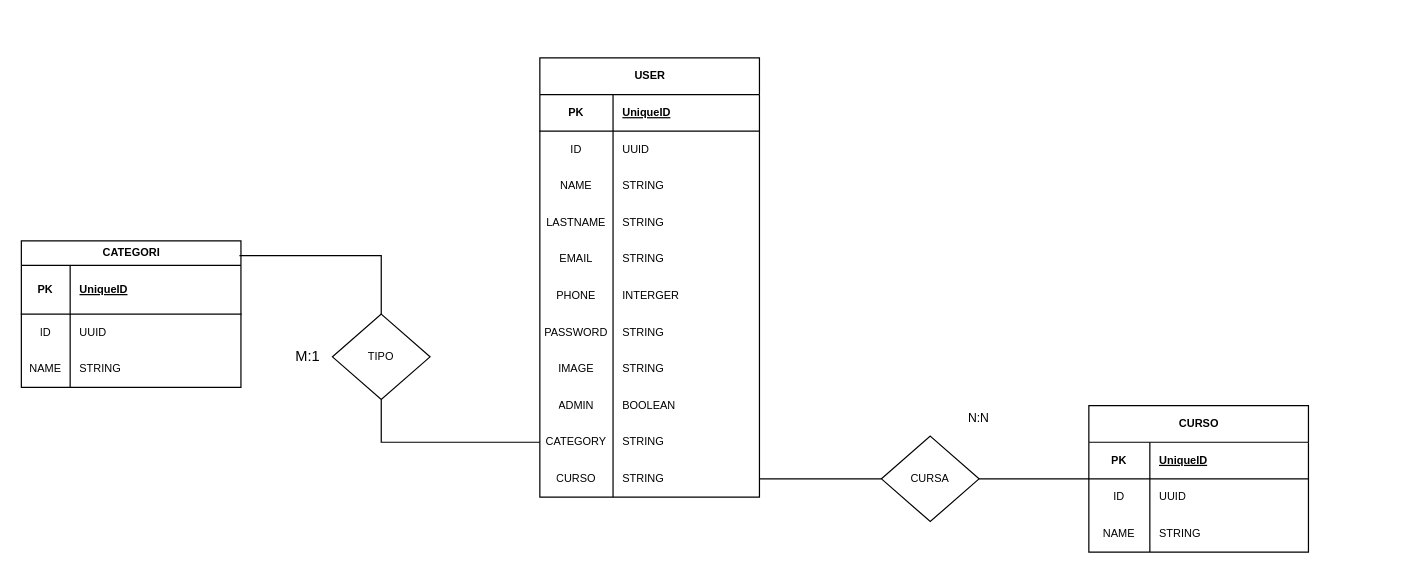
Above: Diagrama sin título.drawio in AndresAndrada/AndresAndrada (draw.io), before the change. Source tidied: cells renumbered, new cells numbered last; positions are measured from the earlier drawing's top-left corner, leaving out a move shared by most shapes. Both pictures are drawn from the tidied source at 122%, with x=0, y=0 at pixel (21, 57).
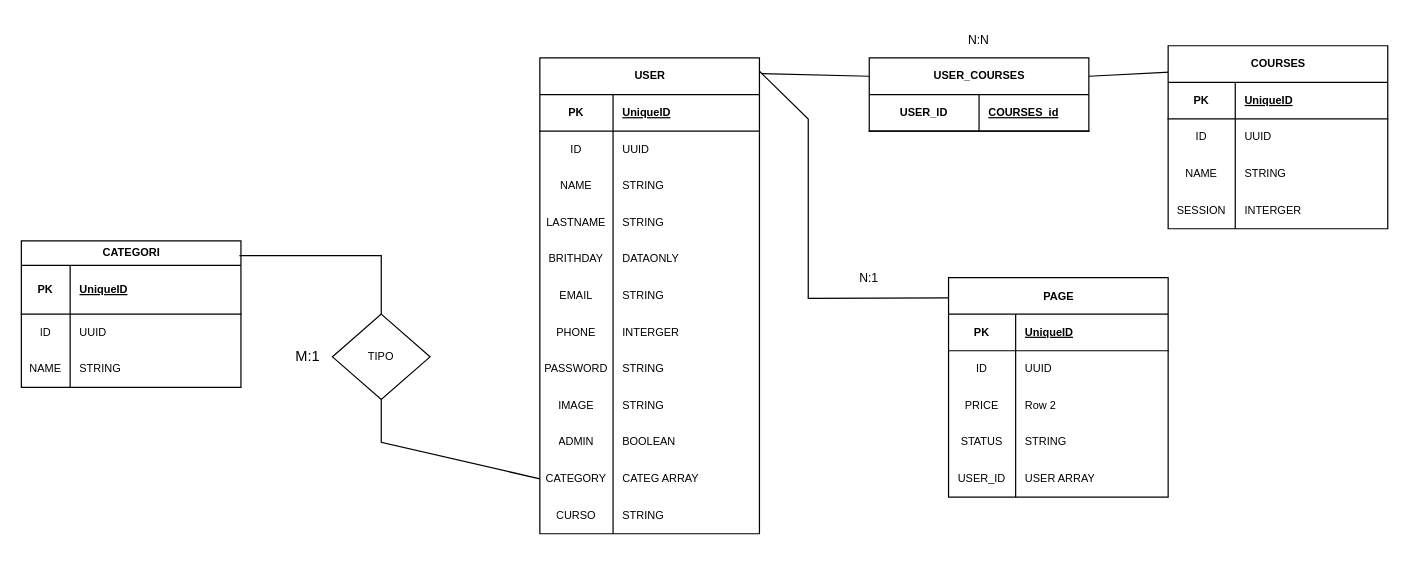
The same diagram, later.

Unchanged cells that the change refers to:
```xml
<mxCell id="39" style="shape=tableRow;horizontal=0;startSize=0;swimlaneHead=0;swimlaneBody=0;fillColor=none;top=0;left=0;right=0;bottom=1;" parent="38" vertex="1">
  <mxGeometry y="30" width="180" height="30" as="geometry" />
</mxCell>
<mxCell id="42" style="shape=tableRow;horizontal=0;startSize=0;swimlaneHead=0;swimlaneBody=0;fillColor=none;top=0;left=0;right=0;bottom=0;" parent="38" vertex="1">
  <mxGeometry y="60" width="180" height="30" as="geometry" />
</mxCell>
<mxCell id="45" style="shape=tableRow;horizontal=0;startSize=0;swimlaneHead=0;swimlaneBody=0;fillColor=none;top=0;left=0;right=0;bottom=0;" parent="38" vertex="1">
  <mxGeometry y="90" width="180" height="30" as="geometry" />
</mxCell>
```

The edit, as a diff of the source:
```diff
@@
-    <mxCell id="2" style="endArrow=none;html=1;rounded=0;exitX=1;exitY=0.5;exitDx=0;exitDy=0;entryX=0;entryY=0.5;entryDx=0;entryDy=0;" parent="1" edge="1" source="48" target="38">
+    <mxCell id="2" style="endArrow=none;html=1;rounded=0;exitX=1;exitY=0.25;exitDx=0;exitDy=0;entryX=0.007;entryY=0.144;entryDx=0;entryDy=0;entryPerimeter=0;" parent="1" edge="1" source="70" target="38">
       <mxGeometry relative="1" as="geometry" />
     </mxCell>
     <mxCell id="3" value="N:N" style="text;strokeColor=none;align=center;fillColor=none;html=1;verticalAlign=middle;whiteSpace=wrap;rounded=0;fontSize=10;" parent="1" vertex="1">
-      <mxGeometry x="755" y="280" width="60" height="30" as="geometry" />
+      <mxGeometry x="755" y="-30" width="60" height="30" as="geometry" />
     </mxCell>
     <mxCell id="4" value="USER" style="shape=table;startSize=30;childLayout=tableLayout;rowLines=0;fontStyle=1;align=center;html=1;labelBorderColor=none;fontSize=9;" parent="1" vertex="1">
-      <mxGeometry x="425" width="180" height="360" as="geometry" />
+      <mxGeometry x="425" width="180" height="390" as="geometry" />
     </mxCell>
@@
+    <mxCell id="64" style="shape=tableRow;horizontal=0;startSize=0;swimlaneHead=0;swimlaneBody=0;fillColor=none;top=0;left=0;right=0;bottom=0;" parent="4" vertex="1">
+      <mxGeometry y="150" width="180" height="30" as="geometry" />
+    </mxCell>
+    <mxCell id="65" value="BRITHDAY" style="shape=partialRectangle;fillColor=none;top=0;left=0;bottom=0;right=0;overflow=hidden;whiteSpace=wrap;html=1;fontSize=9;" parent="64" vertex="1">
+      <mxGeometry width="60" height="30" as="geometry" />
+    </mxCell>
+    <mxCell id="66" value="DATAONLY" style="shape=partialRectangle;fillColor=none;top=0;left=0;bottom=0;right=0;align=left;spacingLeft=6;overflow=hidden;whiteSpace=wrap;html=1;fontSize=9;" parent="64" vertex="1">
+      <mxGeometry x="60" width="120" height="30" as="geometry" />
+    </mxCell>
     <mxCell id="17" style="shape=tableRow;horizontal=0;startSize=0;swimlaneHead=0;swimlaneBody=0;fillColor=none;top=0;left=0;right=0;bottom=0;" parent="4" vertex="1">
-      <mxGeometry y="150" width="180" height="30" as="geometry" />
+      <mxGeometry y="180" width="180" height="30" as="geometry" />
     </mxCell>
@@
     <mxCell id="20" style="shape=tableRow;horizontal=0;startSize=0;swimlaneHead=0;swimlaneBody=0;fillColor=none;top=0;left=0;right=0;bottom=0;" parent="4" vertex="1">
-      <mxGeometry y="180" width="180" height="30" as="geometry" />
+      <mxGeometry y="210" width="180" height="30" as="geometry" />
     </mxCell>
@@
     <mxCell id="23" style="shape=tableRow;horizontal=0;startSize=0;swimlaneHead=0;swimlaneBody=0;fillColor=none;top=0;left=0;right=0;bottom=0;" parent="4" vertex="1">
-      <mxGeometry y="210" width="180" height="30" as="geometry" />
+      <mxGeometry y="240" width="180" height="30" as="geometry" />
     </mxCell>
@@
     <mxCell id="26" style="shape=tableRow;horizontal=0;startSize=0;swimlaneHead=0;swimlaneBody=0;fillColor=none;top=0;left=0;right=0;bottom=0;" parent="4" vertex="1">
-      <mxGeometry y="240" width="180" height="30" as="geometry" />
+      <mxGeometry y="270" width="180" height="30" as="geometry" />
     </mxCell>
@@
     <mxCell id="29" style="shape=tableRow;horizontal=0;startSize=0;swimlaneHead=0;swimlaneBody=0;fillColor=none;top=0;left=0;right=0;bottom=0;" parent="4" vertex="1">
-      <mxGeometry y="270" width="180" height="30" as="geometry" />
+      <mxGeometry y="300" width="180" height="30" as="geometry" />
     </mxCell>
@@
     <mxCell id="32" style="shape=tableRow;horizontal=0;startSize=0;swimlaneHead=0;swimlaneBody=0;fillColor=none;points=[[0,0.5],[1,0.5]];portConstraint=eastwest;top=0;left=0;right=0;bottom=0;" parent="4" vertex="1">
-      <mxGeometry y="300" width="180" height="30" as="geometry" />
+      <mxGeometry y="330" width="180" height="30" as="geometry" />
     </mxCell>
@@
-    <mxCell id="34" value="STRING" style="shape=partialRectangle;fillColor=none;top=0;left=0;bottom=0;right=0;align=left;spacingLeft=6;overflow=hidden;whiteSpace=wrap;html=1;fontSize=9;" parent="32" vertex="1">
+    <mxCell id="34" value="CATEG ARRAY" style="shape=partialRectangle;fillColor=none;top=0;left=0;bottom=0;right=0;align=left;spacingLeft=6;overflow=hidden;whiteSpace=wrap;html=1;fontSize=9;" parent="32" vertex="1">
       <mxGeometry x="60" width="120" height="30" as="geometry" />
     </mxCell>
     <mxCell id="35" style="shape=tableRow;horizontal=0;startSize=0;swimlaneHead=0;swimlaneBody=0;fillColor=none;points=[[0,0.5],[1,0.5]];portConstraint=eastwest;top=0;left=0;right=0;bottom=0;" parent="4" vertex="1">
-      <mxGeometry y="330" width="180" height="30" as="geometry" />
+      <mxGeometry y="360" width="180" height="30" as="geometry" />
     </mxCell>
@@
-    <mxCell id="38" value="CURSO" style="shape=table;startSize=30;childLayout=tableLayout;rowLines=0;fontStyle=1;align=center;html=1;fontSize=9;" parent="1" vertex="1">
-      <mxGeometry x="875" y="285" width="180" height="120" as="geometry" />
+    <mxCell id="38" value="COURSES" style="shape=table;startSize=30;childLayout=tableLayout;rowLines=0;fontStyle=1;align=center;html=1;fontSize=9;" parent="1" vertex="1">
+      <mxGeometry x="940" y="-10" width="180" height="150" as="geometry" />
     </mxCell>
@@
     <mxCell id="40" value="PK" style="shape=partialRectangle;fillColor=none;top=0;left=0;bottom=0;right=0;fontStyle=1;overflow=hidden;whiteSpace=wrap;html=1;fontSize=9;" parent="39" vertex="1">
-      <mxGeometry width="50" height="30" as="geometry" />
+      <mxGeometry width="55" height="30" as="geometry" />
     </mxCell>
     <mxCell id="41" value="UniqueID" style="shape=partialRectangle;fillColor=none;top=0;left=0;bottom=0;right=0;align=left;spacingLeft=6;fontStyle=5;overflow=hidden;whiteSpace=wrap;html=1;fontSize=9;" parent="39" vertex="1">
-      <mxGeometry x="50" width="130" height="30" as="geometry" />
+      <mxGeometry x="55" width="125" height="30" as="geometry" />
     </mxCell>
@@
     <mxCell id="43" value="ID" style="shape=partialRectangle;fillColor=none;top=0;left=0;bottom=0;right=0;overflow=hidden;whiteSpace=wrap;html=1;fontSize=9;" parent="42" vertex="1">
-      <mxGeometry width="50" height="30" as="geometry" />
+      <mxGeometry width="55" height="30" as="geometry" />
     </mxCell>
     <mxCell id="44" value="UUID" style="shape=partialRectangle;fillColor=none;top=0;left=0;bottom=0;right=0;align=left;spacingLeft=6;overflow=hidden;whiteSpace=wrap;html=1;fontSize=9;" parent="42" vertex="1">
-      <mxGeometry x="50" width="130" height="30" as="geometry" />
+      <mxGeometry x="55" width="125" height="30" as="geometry" />
     </mxCell>
@@
     <mxCell id="46" value="NAME" style="shape=partialRectangle;fillColor=none;top=0;left=0;bottom=0;right=0;overflow=hidden;whiteSpace=wrap;html=1;fontSize=9;" parent="45" vertex="1">
-      <mxGeometry width="50" height="30" as="geometry" />
+      <mxGeometry width="55" height="30" as="geometry" />
     </mxCell>
     <mxCell id="47" value="STRING" style="shape=partialRectangle;fillColor=none;top=0;left=0;bottom=0;right=0;align=left;spacingLeft=6;overflow=hidden;whiteSpace=wrap;html=1;fontSize=9;" parent="45" vertex="1">
-      <mxGeometry x="50" width="130" height="30" as="geometry" />
+      <mxGeometry x="55" width="125" height="30" as="geometry" />
     </mxCell>
-    <mxCell id="48" value="CURSA" style="rhombus;whiteSpace=wrap;html=1;fontSize=9;" parent="1" vertex="1">
-      <mxGeometry x="705" y="310" width="80" height="70" as="geometry" />
-    </mxCell>
+    <mxCell id="67" style="shape=tableRow;horizontal=0;startSize=0;swimlaneHead=0;swimlaneBody=0;fillColor=none;top=0;left=0;right=0;bottom=0;" parent="38" vertex="1">
+      <mxGeometry y="120" width="180" height="30" as="geometry" />
+    </mxCell>
+    <mxCell id="68" value="SESSION" style="shape=partialRectangle;fillColor=none;top=0;left=0;bottom=0;right=0;overflow=hidden;whiteSpace=wrap;html=1;fontSize=9;" parent="67" vertex="1">
+      <mxGeometry width="55" height="30" as="geometry" />
+    </mxCell>
+    <mxCell id="69" value="INTERGER" style="shape=partialRectangle;fillColor=none;top=0;left=0;bottom=0;right=0;align=left;spacingLeft=6;overflow=hidden;whiteSpace=wrap;html=1;fontSize=9;" parent="67" vertex="1">
+      <mxGeometry x="55" width="125" height="30" as="geometry" />
+    </mxCell>
@@
-    <mxCell id="59" style="endArrow=none;html=1;rounded=0;entryX=0;entryY=0.5;entryDx=0;entryDy=0;exitX=1;exitY=0.5;exitDx=0;exitDy=0;" parent="1" edge="1" source="35" target="48">
+    <mxCell id="59" style="endArrow=none;html=1;rounded=0;entryX=0;entryY=0.25;entryDx=0;entryDy=0;exitX=1.011;exitY=0.033;exitDx=0;exitDy=0;exitPerimeter=0;" parent="1" edge="1" source="4" target="70">
       <mxGeometry relative="1" as="geometry" />
     </mxCell>
@@
+    <mxCell id="70" value="USER_COURSES" style="shape=table;startSize=30;childLayout=tableLayout;rowLines=0;fontStyle=1;align=center;html=1;fontSize=9;" parent="1" vertex="1">
+      <mxGeometry x="695" width="180" height="60" as="geometry" />
+    </mxCell>
+    <mxCell id="71" style="shape=tableRow;horizontal=0;startSize=0;swimlaneHead=0;swimlaneBody=0;fillColor=none;top=0;left=0;right=0;bottom=1;" parent="70" vertex="1">
+      <mxGeometry y="30" width="180" height="30" as="geometry" />
+    </mxCell>
+    <mxCell id="72" value="USER_ID" style="shape=partialRectangle;fillColor=none;top=0;left=0;bottom=0;right=0;fontStyle=1;overflow=hidden;whiteSpace=wrap;html=1;fontSize=9;" parent="71" vertex="1">
+      <mxGeometry width="90" height="30" as="geometry" />
+    </mxCell>
+    <mxCell id="73" value="COURSES_id" style="shape=partialRectangle;fillColor=none;top=0;left=0;bottom=0;right=0;align=left;spacingLeft=6;fontStyle=5;overflow=hidden;whiteSpace=wrap;html=1;fontSize=9;" parent="71" vertex="1">
+      <mxGeometry x="90" width="90" height="30" as="geometry" />
+    </mxCell>
+    <mxCell id="74" value="&lt;font style=&quot;font-size: 9px;&quot;&gt;PAGE&lt;/font&gt;" style="shape=table;startSize=30;childLayout=tableLayout;rowLines=0;fontStyle=1;align=center;html=1;" parent="1" vertex="1">
+      <mxGeometry x="760" y="180" width="180" height="180" as="geometry" />
+    </mxCell>
+    <mxCell id="75" style="shape=tableRow;horizontal=0;startSize=0;swimlaneHead=0;swimlaneBody=0;fillColor=none;top=0;left=0;right=0;bottom=1;" parent="74" vertex="1">
+      <mxGeometry y="30" width="180" height="30" as="geometry" />
+    </mxCell>
+    <mxCell id="76" value="PK" style="shape=partialRectangle;fillColor=none;top=0;left=0;bottom=0;right=0;fontStyle=1;overflow=hidden;whiteSpace=wrap;html=1;fontSize=9;" parent="75" vertex="1">
+      <mxGeometry width="55" height="30" as="geometry" />
+    </mxCell>
+    <mxCell id="77" value="UniqueID" style="shape=partialRectangle;fillColor=none;top=0;left=0;bottom=0;right=0;align=left;spacingLeft=6;fontStyle=5;overflow=hidden;whiteSpace=wrap;html=1;fontSize=9;" parent="75" vertex="1">
+      <mxGeometry x="55" width="125" height="30" as="geometry" />
+    </mxCell>
+    <mxCell id="78" style="shape=tableRow;horizontal=0;startSize=0;swimlaneHead=0;swimlaneBody=0;fillColor=none;top=0;left=0;right=0;bottom=0;" parent="74" vertex="1">
+      <mxGeometry y="60" width="180" height="30" as="geometry" />
+    </mxCell>
+    <mxCell id="79" value="ID" style="shape=partialRectangle;fillColor=none;top=0;left=0;bottom=0;right=0;overflow=hidden;whiteSpace=wrap;html=1;fontSize=9;" parent="78" vertex="1">
+      <mxGeometry width="55" height="30" as="geometry" />
+    </mxCell>
+    <mxCell id="80" value="UUID" style="shape=partialRectangle;fillColor=none;top=0;left=0;bottom=0;right=0;align=left;spacingLeft=6;overflow=hidden;whiteSpace=wrap;html=1;fontSize=9;" parent="78" vertex="1">
+      <mxGeometry x="55" width="125" height="30" as="geometry" />
+    </mxCell>
+    <mxCell id="81" style="shape=tableRow;horizontal=0;startSize=0;swimlaneHead=0;swimlaneBody=0;fillColor=none;top=0;left=0;right=0;bottom=0;" parent="74" vertex="1">
+      <mxGeometry y="90" width="180" height="30" as="geometry" />
+    </mxCell>
+    <mxCell id="82" value="PRICE" style="shape=partialRectangle;fillColor=none;top=0;left=0;bottom=0;right=0;overflow=hidden;whiteSpace=wrap;html=1;fontSize=9;" parent="81" vertex="1">
+      <mxGeometry width="55" height="30" as="geometry" />
+    </mxCell>
+    <mxCell id="83" value="Row 2" style="shape=partialRectangle;fillColor=none;top=0;left=0;bottom=0;right=0;align=left;spacingLeft=6;overflow=hidden;whiteSpace=wrap;html=1;fontSize=9;" parent="81" vertex="1">
+      <mxGeometry x="55" width="125" height="30" as="geometry" />
+    </mxCell>
+    <mxCell id="84" style="shape=tableRow;horizontal=0;startSize=0;swimlaneHead=0;swimlaneBody=0;fillColor=none;top=0;left=0;right=0;bottom=0;" parent="74" vertex="1">
+      <mxGeometry y="120" width="180" height="30" as="geometry" />
+    </mxCell>
+    <mxCell id="85" value="STATUS" style="shape=partialRectangle;fillColor=none;top=0;left=0;bottom=0;right=0;overflow=hidden;whiteSpace=wrap;html=1;fontSize=9;" parent="84" vertex="1">
+      <mxGeometry width="55" height="30" as="geometry" />
+    </mxCell>
+    <mxCell id="86" value="STRING" style="shape=partialRectangle;fillColor=none;top=0;left=0;bottom=0;right=0;align=left;spacingLeft=6;overflow=hidden;whiteSpace=wrap;html=1;fontSize=9;" parent="84" vertex="1">
+      <mxGeometry x="55" width="125" height="30" as="geometry" />
+    </mxCell>
+    <mxCell id="87" style="shape=tableRow;horizontal=0;startSize=0;swimlaneHead=0;swimlaneBody=0;fillColor=none;top=0;left=0;right=0;bottom=0;" parent="74" vertex="1">
+      <mxGeometry y="150" width="180" height="30" as="geometry" />
+    </mxCell>
+    <mxCell id="88" value="USER_ID" style="shape=partialRectangle;fillColor=none;top=0;left=0;bottom=0;right=0;overflow=hidden;whiteSpace=wrap;html=1;fontSize=9;" parent="87" vertex="1">
+      <mxGeometry width="55" height="30" as="geometry" />
+    </mxCell>
+    <mxCell id="89" value="USER ARRAY" style="shape=partialRectangle;fillColor=none;top=0;left=0;bottom=0;right=0;align=left;spacingLeft=6;overflow=hidden;whiteSpace=wrap;html=1;fontSize=9;" parent="87" vertex="1">
+      <mxGeometry x="55" width="125" height="30" as="geometry" />
+    </mxCell>
+    <mxCell id="90" style="endArrow=none;html=1;rounded=0;entryX=0;entryY=0.093;entryDx=0;entryDy=0;entryPerimeter=0;exitX=1;exitY=0.028;exitDx=0;exitDy=0;exitPerimeter=0;" parent="1" edge="1" source="4" target="74">
+      <mxGeometry relative="1" as="geometry">
+        <Array as="points">
+          <mxPoint x="645" y="50" />
+          <mxPoint x="645" y="197" />
+        </Array>
+      </mxGeometry>
+    </mxCell>
+    <mxCell id="91" value="N:1" style="text;strokeColor=none;align=center;fillColor=none;html=1;verticalAlign=middle;whiteSpace=wrap;rounded=0;fontSize=10;" parent="1" vertex="1">
+      <mxGeometry x="665" y="165" width="60" height="30" as="geometry" />
+    </mxCell>
```
